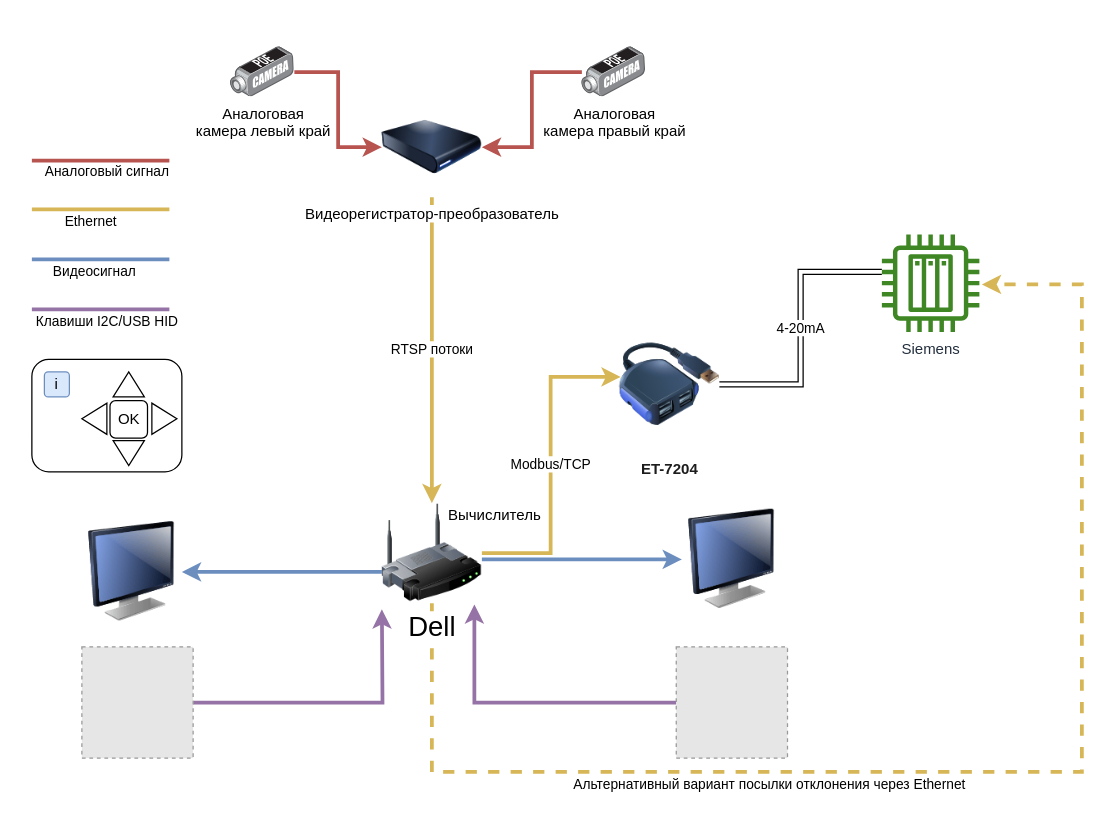
megavad/Diagrams keeps this draw.io diagram as page "Architercture" (1 of 2) of CV edge.drawio. Above is the earlier version. Source tidied: cells renumbered, new cells numbered last; positions are measured from the earlier drawing's top-left corner, leaving out a move shared by most shapes. Both pictures are drawn from the tidied source at 125%, with x=0, y=0 at pixel (31, 46). Pictures stored in the file or linked from it are replaced by grey dashed boxes.
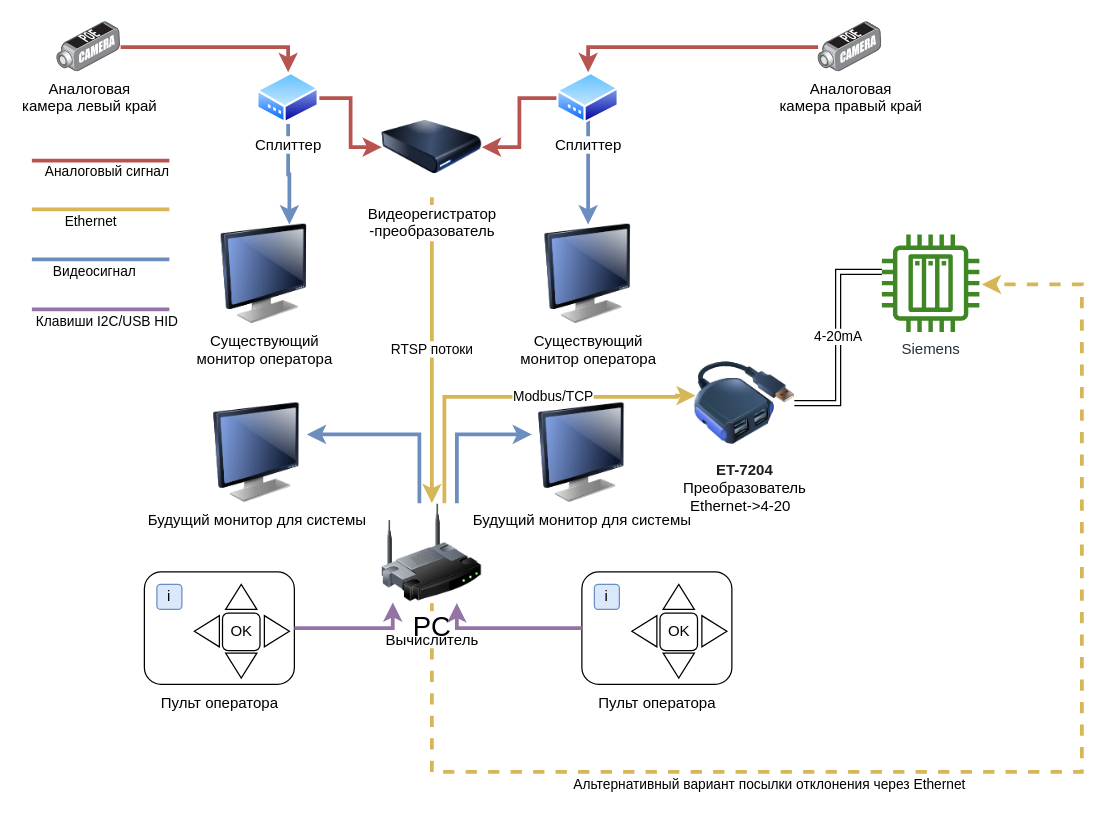
Above is the later version.

Unchanged cells that the change refers to:
```xml
<mxCell id="28" style="rounded=1;whiteSpace=wrap;html=1;" parent="27" vertex="1">
  <mxGeometry width="120" height="90" as="geometry" />
</mxCell>
```

The edit, as a diff of the source:
```diff
@@
     <mxCell id="2" value="Modbus/TCP" style="edgeStyle=orthogonalEdgeStyle;rounded=0;jettySize=auto;html=1;entryX=0.013;entryY=0.425;entryDx=0;entryDy=0;entryPerimeter=0;fillColor=#fff2cc;strokeColor=#d6b656;strokeWidth=3;" parent="1" edge="1" source="6" target="15">
-      <mxGeometry relative="1" as="geometry" />
+      <mxGeometry x="0.2" relative="1" as="geometry">
+        <Array as="points">
+          <mxPoint x="330" y="280" />
+          <mxPoint x="516" y="280" />
+        </Array>
+      </mxGeometry>
     </mxCell>
     <mxCell id="3" style="edgeStyle=orthogonalEdgeStyle;rounded=0;jettySize=auto;html=1;strokeWidth=3;fillColor=#dae8fc;strokeColor=#6c8ebf;" parent="1" edge="1" source="6" target="17">
       <mxGeometry relative="1" as="geometry">
         <Array as="points">
-          <mxPoint x="240" y="420" />
-          <mxPoint x="240" y="420" />
+          <mxPoint x="310" y="310" />
         </Array>
       </mxGeometry>
     </mxCell>
     <mxCell id="4" style="edgeStyle=orthogonalEdgeStyle;rounded=0;jettySize=auto;html=1;fillColor=#dae8fc;strokeColor=#6c8ebf;strokeWidth=3;" parent="1" edge="1" source="6" target="18">
       <mxGeometry relative="1" as="geometry">
         <Array as="points">
-          <mxPoint x="430" y="410" />
-          <mxPoint x="430" y="410" />
+          <mxPoint x="340" y="310" />
         </Array>
       </mxGeometry>
     </mxCell>
@@
-    <mxCell id="6" value="Dell" style="image;html=1;labelBackgroundColor=#ffffff;image=img/lib/clip_art/networking/Wireless_Router_128x128.png;rounded=1;shadow=0;comic=0;strokeWidth=2;fontSize=22;" parent="1" vertex="1">
+    <mxCell id="6" value="PC" style="image;html=1;labelBackgroundColor=#ffffff;image=img/lib/clip_art/networking/Wireless_Router_128x128.png;rounded=1;shadow=0;comic=0;strokeWidth=2;fontSize=22;" parent="1" vertex="1">
       <mxGeometry x="280" y="365" width="80" height="80" as="geometry" />
     </mxCell>
-    <mxCell id="7" style="edgeStyle=orthogonalEdgeStyle;rounded=0;jettySize=auto;html=1;fillColor=#f8cecc;strokeColor=#b85450;strokeWidth=3;" parent="1" edge="1" source="8" target="12">
-      <mxGeometry relative="1" as="geometry" />
-    </mxCell>
+    <mxCell id="35" style="edgeStyle=orthogonalEdgeStyle;rounded=0;jettySize=auto;html=1;entryX=0.5;entryY=0;entryDx=0;entryDy=0;fillColor=#f8cecc;strokeColor=#b85450;strokeWidth=3;" parent="1" edge="1" source="8" target="40">
+      <mxGeometry relative="1" as="geometry" />
+    </mxCell>
     <mxCell id="8" value="Аналоговая&lt;br&gt;камера левый край" style="points=[];html=1;align=center;shadow=0;dashed=0;image;image=img/lib/allied_telesis/security/POE_DVS_Camera.svg;" parent="1" vertex="1">
-      <mxGeometry x="159" width="51" height="40.2" as="geometry" />
+      <mxGeometry x="20" y="-20" width="51" height="40.2" as="geometry" />
     </mxCell>
-    <mxCell id="9" style="edgeStyle=orthogonalEdgeStyle;rounded=0;jettySize=auto;html=1;entryX=1;entryY=0.5;entryDx=0;entryDy=0;strokeWidth=3;fillColor=#f8cecc;strokeColor=#b85450;" parent="1" edge="1" source="10" target="12">
-      <mxGeometry relative="1" as="geometry" />
+    <mxCell id="9" style="edgeStyle=orthogonalEdgeStyle;rounded=0;jettySize=auto;html=1;strokeWidth=3;fillColor=#f8cecc;strokeColor=#b85450;entryX=0.5;entryY=0;entryDx=0;entryDy=0;" parent="1" edge="1" source="10" target="43">
+      <mxGeometry relative="1" as="geometry">
+        <Array as="points">
+          <mxPoint x="445" />
+        </Array>
+      </mxGeometry>
     </mxCell>
     <mxCell id="10" value="&lt;span style=&quot;color: rgb(0, 0, 0); font-family: Helvetica; font-size: 12px; font-style: normal; font-variant-ligatures: normal; font-variant-caps: normal; font-weight: 400; letter-spacing: normal; orphans: 2; text-align: center; text-indent: 0px; text-transform: none; widows: 2; word-spacing: 0px; -webkit-text-stroke-width: 0px; background-color: rgb(255, 255, 255); text-decoration-thickness: initial; text-decoration-style: initial; text-decoration-color: initial; float: none; display: inline !important;&quot;&gt;Аналоговая&lt;/span&gt;&lt;br style=&quot;border-color: var(--border-color); color: rgb(0, 0, 0); font-family: Helvetica; font-size: 12px; font-style: normal; font-variant-ligatures: normal; font-variant-caps: normal; font-weight: 400; letter-spacing: normal; orphans: 2; text-align: center; text-indent: 0px; text-transform: none; widows: 2; word-spacing: 0px; -webkit-text-stroke-width: 0px; text-decoration-thickness: initial; text-decoration-style: initial; text-decoration-color: initial;&quot;&gt;&lt;span style=&quot;color: rgb(0, 0, 0); font-family: Helvetica; font-size: 12px; font-style: normal; font-variant-ligatures: normal; font-variant-caps: normal; font-weight: 400; letter-spacing: normal; orphans: 2; text-align: center; text-indent: 0px; text-transform: none; widows: 2; word-spacing: 0px; -webkit-text-stroke-width: 0px; background-color: rgb(255, 255, 255); text-decoration-thickness: initial; text-decoration-style: initial; text-decoration-color: initial; float: none; display: inline !important;&quot;&gt;камера правый край&lt;/span&gt;" style="points=[];html=1;align=center;shadow=0;dashed=0;image;image=img/lib/allied_telesis/security/POE_DVS_Camera.svg;" parent="1" vertex="1">
-      <mxGeometry x="440" width="51" height="40.2" as="geometry" />
+      <mxGeometry x="629" y="-20" width="51" height="40.2" as="geometry" />
     </mxCell>
@@
-    <mxCell id="12" value="Видеорегистратор-преобразователь" style="image;html=1;image=img/lib/clip_art/computers/Harddrive_128x128.png;" parent="1" vertex="1">
+    <mxCell id="12" value="Видеорегистратор&lt;br&gt;-преобразователь" style="image;html=1;image=img/lib/clip_art/computers/Harddrive_128x128.png;" parent="1" vertex="1">
       <mxGeometry x="280" y="40.2" width="80" height="80" as="geometry" />
     </mxCell>
     <mxCell id="13" value="Вычислитель" style="text;html=1;align=center;verticalAlign=middle;strokeColor=none;fillColor=none;" parent="1" vertex="1">
-      <mxGeometry x="320" y="360" width="100" height="30" as="geometry" />
+      <mxGeometry x="270" y="460" width="100" height="30" as="geometry" />
     </mxCell>
@@
-    <mxCell id="15" value="&#10;&lt;h1 style=&quot;box-sizing: inherit; -webkit-font-smoothing: antialiased; text-size-adjust: none; -webkit-tap-highlight-color: rgba(0, 0, 0, 0); font-size: var(--font-size-heading-1); margin: 0px 0px 0.5rem; font-family: Montserrat, sans-serif; font-style: normal; font-weight: 700; letter-spacing: normal; text-transform: none; line-height: 1.2; color: rgb(29, 29, 29); font-variant-ligatures: normal; font-variant-caps: normal; orphans: 2; text-align: start; text-indent: 0px; widows: 2; word-spacing: 0px; -webkit-text-stroke-width: 0px; background-color: rgb(255, 255, 255); text-decoration-thickness: initial; text-decoration-style: initial; text-decoration-color: initial;&quot; class=&quot;product-title&quot;&gt;ET-7204&lt;/h1&gt;&#10;&#10;" style="image;html=1;image=img/lib/clip_art/computers/USB_Hub_128x128.png;" parent="1" vertex="1">
-      <mxGeometry x="470" y="230" width="80" height="80" as="geometry" />
+    <mxCell id="15" value="&lt;span style=&quot;color: rgb(29, 29, 29); font-family: Montserrat, sans-serif; font-size: var(--font-size-heading-1); font-weight: 700; orphans: 2; text-align: start; widows: 2;&quot;&gt;ET-7204&lt;/span&gt;&lt;br&gt;Преобразователь&lt;br&gt;Ethernet-&amp;gt;4-20 &amp;nbsp;" style="image;html=1;image=img/lib/clip_art/computers/USB_Hub_128x128.png;" parent="1" vertex="1">
+      <mxGeometry x="530" y="245" width="80" height="80" as="geometry" />
     </mxCell>
@@
-    <mxCell id="17" style="image;html=1;image=img/lib/clip_art/computers/Monitor_128x128.png;" parent="1" vertex="1">
-      <mxGeometry x="40" y="380" width="80" height="80" as="geometry" />
+    <mxCell id="17" value="Будущий монитор для системы" style="image;html=1;image=img/lib/clip_art/computers/Monitor_128x128.png;" parent="1" vertex="1">
+      <mxGeometry x="140" y="285" width="80" height="80" as="geometry" />
     </mxCell>
-    <mxCell id="18" style="image;html=1;image=img/lib/clip_art/computers/Monitor_128x128.png;" parent="1" vertex="1">
-      <mxGeometry x="520" y="370" width="80" height="80" as="geometry" />
+    <mxCell id="18" value="Будущий монитор для системы" style="image;html=1;image=img/lib/clip_art/computers/Monitor_128x128.png;" parent="1" vertex="1">
+      <mxGeometry x="400" y="285" width="80" height="80" as="geometry" />
     </mxCell>
@@
-    <mxCell id="22" style="edgeStyle=orthogonalEdgeStyle;rounded=0;jettySize=auto;html=1;strokeWidth=3;fillColor=#e1d5e7;strokeColor=#9673a6;" parent="1" edge="1" source="23">
-      <mxGeometry relative="1" as="geometry">
-        <mxPoint x="280" y="450" as="targetPoint" />
-      </mxGeometry>
-    </mxCell>
-    <mxCell id="23" style="fillColor=#E6E6E6;strokeColor=#999999;dashed=1;html=1;verticalAlign=top;verticalLabelPosition=bottom;labelBackgroundColor=#ffffff;" parent="1" vertex="1">
-      <mxGeometry x="40" y="480" width="89" height="89" as="geometry" />
-    </mxCell>
-    <mxCell id="24" style="edgeStyle=orthogonalEdgeStyle;rounded=0;jettySize=auto;html=1;entryX=0.925;entryY=1.013;entryDx=0;entryDy=0;entryPerimeter=0;strokeWidth=3;fillColor=#e1d5e7;strokeColor=#9673a6;" parent="1" edge="1" source="25" target="6">
-      <mxGeometry relative="1" as="geometry" />
-    </mxCell>
-    <mxCell id="25" style="fillColor=#E6E6E6;strokeColor=#999999;dashed=1;html=1;verticalAlign=top;verticalLabelPosition=bottom;labelBackgroundColor=#ffffff;" parent="1" vertex="1">
-      <mxGeometry x="515.5" y="480" width="89" height="89" as="geometry" />
-    </mxCell>
@@
     <mxCell id="27" style="group;" parent="1" vertex="1">
-      <mxGeometry y="250" width="120" height="90" as="geometry" />
+      <mxGeometry x="90" y="420" width="120" height="90" as="geometry" />
     </mxCell>
@@
+    <mxCell id="36" value="Существующий&lt;br&gt;монитор оператора" style="image;html=1;image=img/lib/clip_art/computers/Monitor_128x128.png;" parent="1" vertex="1">
+      <mxGeometry x="146" y="142" width="80" height="80" as="geometry" />
+    </mxCell>
+    <mxCell id="37" value="Существующий&lt;br style=&quot;border-color: var(--border-color);&quot;&gt;монитор оператора" style="image;html=1;image=img/lib/clip_art/computers/Monitor_128x128.png;" parent="1" vertex="1">
+      <mxGeometry x="405" y="142" width="80" height="80" as="geometry" />
+    </mxCell>
+    <mxCell id="38" style="edgeStyle=orthogonalEdgeStyle;rounded=0;jettySize=auto;html=1;strokeWidth=3;fillColor=#f8cecc;strokeColor=#b85450;" parent="1" edge="1" source="40" target="12">
+      <mxGeometry relative="1" as="geometry" />
+    </mxCell>
+    <mxCell id="39" style="edgeStyle=orthogonalEdgeStyle;rounded=0;jettySize=auto;html=1;entryX=0.75;entryY=0;entryDx=0;entryDy=0;strokeWidth=3;fillColor=#dae8fc;strokeColor=#6c8ebf;" parent="1" edge="1" source="40" target="36">
+      <mxGeometry relative="1" as="geometry" />
+    </mxCell>
+    <mxCell id="40" value="Сплиттер" style="perimeter=ellipsePerimeter;html=1;align=center;shadow=0;dashed=0;spacingTop=3;image;image=img/lib/active_directory/modem.svg;" parent="1" vertex="1">
+      <mxGeometry x="180" y="20.2" width="50" height="41.5" as="geometry" />
+    </mxCell>
+    <mxCell id="41" style="edgeStyle=orthogonalEdgeStyle;rounded=0;jettySize=auto;html=1;entryX=1;entryY=0.5;entryDx=0;entryDy=0;strokeWidth=3;fillColor=#f8cecc;strokeColor=#b85450;" parent="1" edge="1" source="43" target="12">
+      <mxGeometry relative="1" as="geometry" />
+    </mxCell>
+    <mxCell id="42" style="edgeStyle=orthogonalEdgeStyle;rounded=0;jettySize=auto;html=1;strokeWidth=3;fillColor=#dae8fc;strokeColor=#6c8ebf;" parent="1" edge="1" target="37">
+      <mxGeometry relative="1" as="geometry">
+        <mxPoint x="445" y="50" as="sourcePoint" />
+        <Array as="points">
+          <mxPoint x="445" y="50" />
+        </Array>
+      </mxGeometry>
+    </mxCell>
+    <mxCell id="43" value="Сплиттер" style="perimeter=ellipsePerimeter;html=1;align=center;shadow=0;dashed=0;spacingTop=3;image;image=img/lib/active_directory/modem.svg;" parent="1" vertex="1">
+      <mxGeometry x="420" y="20.2" width="50" height="41.5" as="geometry" />
+    </mxCell>
+    <mxCell id="44" style="group;" parent="1" vertex="1">
+      <mxGeometry x="440" y="420" width="120" height="90" as="geometry" />
+    </mxCell>
+    <mxCell id="45" style="rounded=1;whiteSpace=wrap;html=1;" parent="44" vertex="1">
+      <mxGeometry width="120" height="90" as="geometry" />
+    </mxCell>
+    <mxCell id="46" style="triangle;whiteSpace=wrap;html=1;" parent="44" vertex="1">
+      <mxGeometry x="96" y="35" width="20" height="25" as="geometry" />
+    </mxCell>
+    <mxCell id="47" style="triangle;whiteSpace=wrap;html=1;direction=north;" parent="44" vertex="1">
+      <mxGeometry x="65" y="10" width="25" height="20" as="geometry" />
+    </mxCell>
+    <mxCell id="48" style="triangle;whiteSpace=wrap;html=1;direction=south;" parent="44" vertex="1">
+      <mxGeometry x="65" y="65" width="25" height="20" as="geometry" />
+    </mxCell>
+    <mxCell id="49" style="triangle;whiteSpace=wrap;html=1;rotation=0;direction=west;" parent="44" vertex="1">
+      <mxGeometry x="40" y="35" width="20" height="25" as="geometry" />
+    </mxCell>
+    <mxCell id="50" value="i" style="rounded=1;whiteSpace=wrap;html=1;fillColor=#dae8fc;strokeColor=#6c8ebf;" parent="44" vertex="1">
+      <mxGeometry x="10" y="10" width="20" height="20" as="geometry" />
+    </mxCell>
+    <mxCell id="51" value="OK" style="rounded=1;whiteSpace=wrap;html=1;" parent="44" vertex="1">
+      <mxGeometry x="62.5" y="33" width="30" height="30" as="geometry" />
+    </mxCell>
+    <mxCell id="52" style="edgeStyle=orthogonalEdgeStyle;rounded=0;jettySize=auto;html=1;entryX=0.109;entryY=0.993;entryDx=0;entryDy=0;entryPerimeter=0;strokeWidth=3;fillColor=#e1d5e7;strokeColor=#9673a6;" parent="1" edge="1" source="28" target="6">
+      <mxGeometry relative="1" as="geometry" />
+    </mxCell>
+    <mxCell id="53" style="edgeStyle=orthogonalEdgeStyle;rounded=0;jettySize=auto;html=1;entryX=0.75;entryY=1;entryDx=0;entryDy=0;strokeWidth=3;fillColor=#e1d5e7;strokeColor=#9673a6;" parent="1" edge="1" source="45" target="6">
+      <mxGeometry relative="1" as="geometry">
+        <Array as="points">
+          <mxPoint x="340" y="465" />
+        </Array>
+      </mxGeometry>
+    </mxCell>
+    <mxCell id="54" value="Пульт оператора" style="text;html=1;align=center;verticalAlign=middle;strokeColor=none;fillColor=none;" parent="1" vertex="1">
+      <mxGeometry x="90" y="510" width="120" height="30" as="geometry" />
+    </mxCell>
+    <mxCell id="55" value="Пульт оператора" style="text;html=1;align=center;verticalAlign=middle;strokeColor=none;fillColor=none;" parent="1" vertex="1">
+      <mxGeometry x="440" y="510" width="120" height="30" as="geometry" />
+    </mxCell>
```
